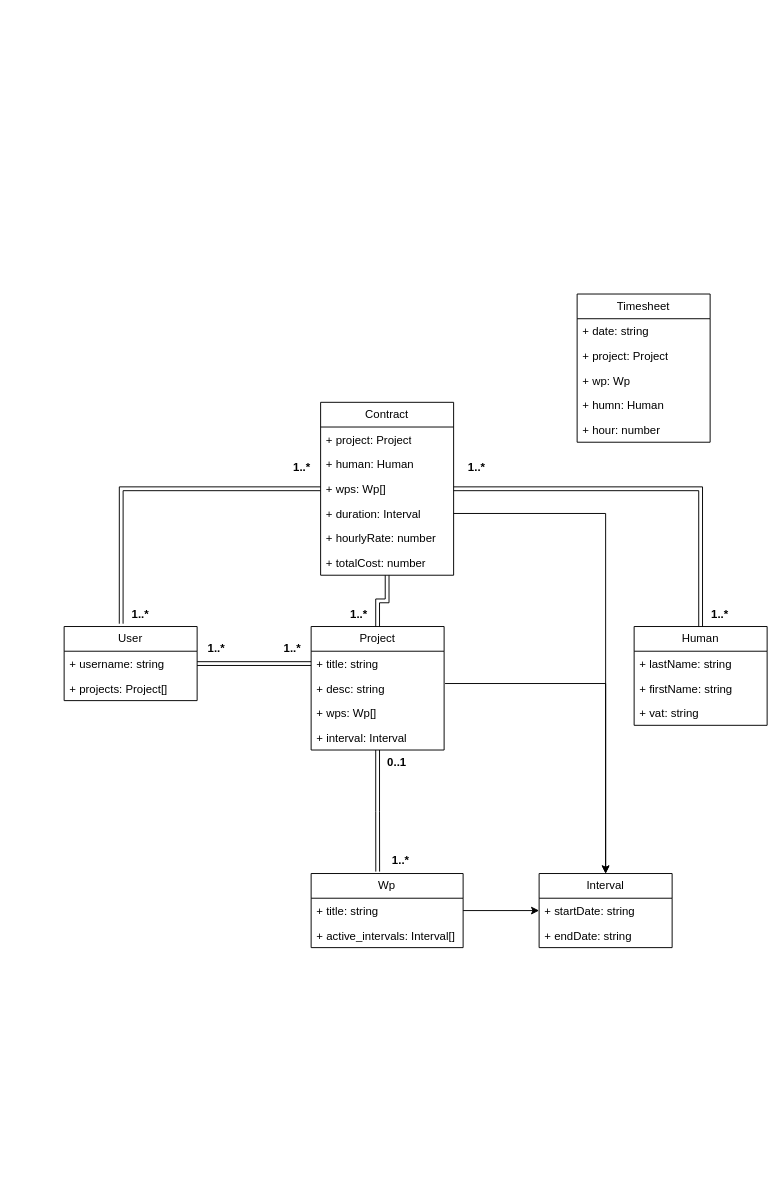
nhaskaris/thesis_it22118 keeps this draw.io diagram as diagrams/class_diagram.drawio. Above is the earlier version. Source tidied: cells renumbered, new cells numbered last; positions are measured from the earlier drawing's top-left corner, leaving out a move shared by most shapes. Both pictures are drawn from the tidied source at 95%, with x=0, y=0 at pixel (64, 294).
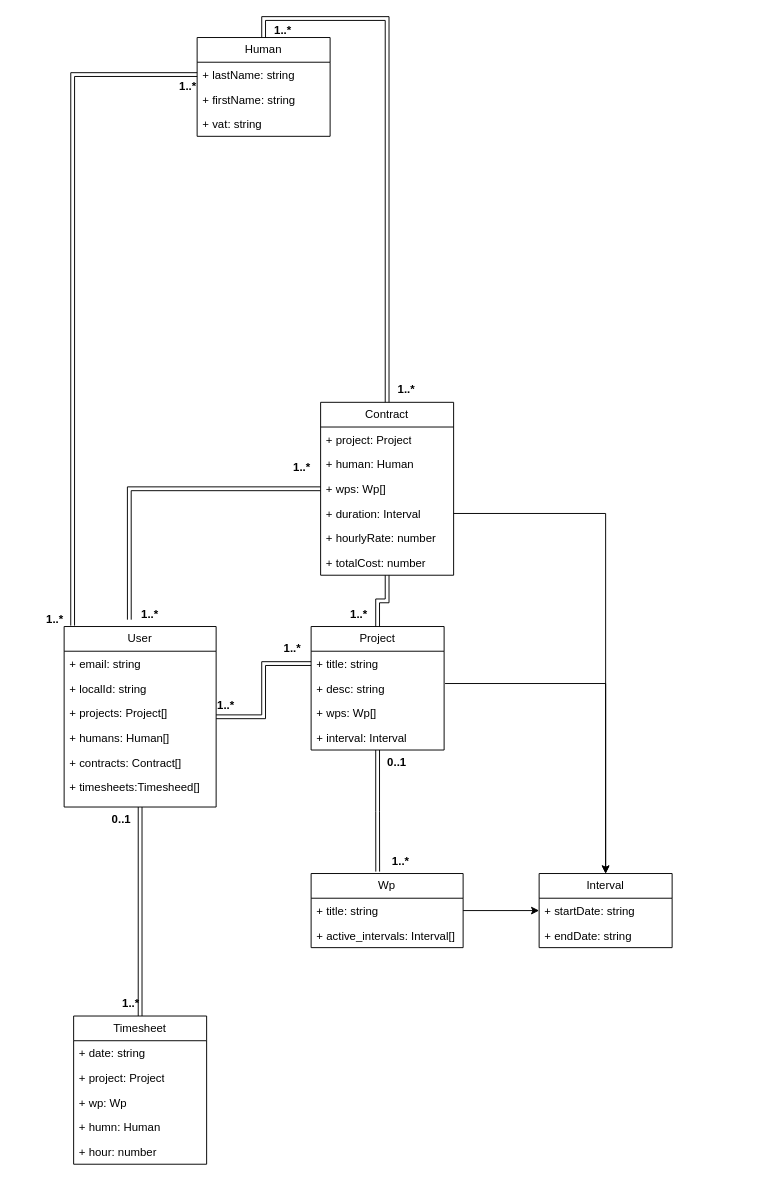
Above is the later version.

The change refers to these unchanged cells:
```xml
<mxCell id="25" value="+ lastName: string" style="text;strokeColor=none;fillColor=none;align=left;verticalAlign=top;spacingLeft=4;spacingRight=4;overflow=hidden;points=[[0,0.5],[1,0.5]];portConstraint=eastwest;whiteSpace=wrap;html=1;" parent="24" vertex="1">
  <mxGeometry y="26" width="140" height="26" as="geometry" />
</mxCell>
```

Diff of the diagram source:
```diff
@@
+    <mxCell id="50" style="edgeStyle=orthogonalEdgeStyle;rounded=0;jettySize=auto;html=1;strokeColor=none;" parent="1" edge="1" source="16">
+      <mxGeometry relative="1" as="geometry">
+        <mxPoint x="80" y="910" as="targetPoint" />
+      </mxGeometry>
+    </mxCell>
+    <mxCell id="51" style="edgeStyle=orthogonalEdgeStyle;rounded=0;jettySize=auto;html=1;entryX=0.5;entryY=0;entryDx=0;entryDy=0;shape=link;" parent="1" edge="1" source="16" target="44">
+      <mxGeometry relative="1" as="geometry" />
+    </mxCell>
+    <mxCell id="52" style="edgeStyle=orthogonalEdgeStyle;rounded=0;jettySize=auto;html=1;entryX=0;entryY=0.5;entryDx=0;entryDy=0;exitX=0.056;exitY=-0.005;exitDx=0;exitDy=0;exitPerimeter=0;shape=link;" parent="1" edge="1" source="16" target="25">
+      <mxGeometry relative="1" as="geometry" />
+    </mxCell>
     <mxCell id="16" value="User" style="swimlane;fontStyle=0;horizontal=1;startSize=26;whiteSpace=wrap;html=1;" parent="1" vertex="1">
-      <mxGeometry y="350" width="140" height="78" as="geometry" />
+      <mxGeometry y="350" width="160" height="190" as="geometry" />
     </mxCell>
-    <mxCell id="17" value="+ username: string" style="text;strokeColor=none;fillColor=none;align=left;verticalAlign=top;spacingLeft=4;spacingRight=4;overflow=hidden;whiteSpace=wrap;html=1;" parent="16" vertex="1">
-      <mxGeometry y="26" width="140" height="26" as="geometry" />
+    <mxCell id="17" value="+ email: string" style="text;strokeColor=none;fillColor=none;align=left;verticalAlign=top;spacingLeft=4;spacingRight=4;overflow=hidden;whiteSpace=wrap;html=1;" parent="16" vertex="1">
+      <mxGeometry y="26" width="160" height="26" as="geometry" />
     </mxCell>
-    <mxCell id="18" value="+ projects: Project[]" style="text;strokeColor=none;fillColor=none;align=left;verticalAlign=top;spacingLeft=4;spacingRight=4;overflow=hidden;whiteSpace=wrap;html=1;" parent="16" vertex="1">
-      <mxGeometry y="52" width="140" height="26" as="geometry" />
+    <mxCell id="18" value="+ localId: string" style="text;strokeColor=none;fillColor=none;align=left;verticalAlign=top;spacingLeft=4;spacingRight=4;overflow=hidden;whiteSpace=wrap;html=1;" parent="16" vertex="1">
+      <mxGeometry y="52" width="160" height="26" as="geometry" />
     </mxCell>
+    <mxCell id="53" value="+ projects: Project[]" style="text;strokeColor=none;fillColor=none;align=left;verticalAlign=top;spacingLeft=4;spacingRight=4;overflow=hidden;whiteSpace=wrap;html=1;" parent="16" vertex="1">
+      <mxGeometry y="78" width="160" height="26" as="geometry" />
+    </mxCell>
+    <mxCell id="54" value="+ humans: Human[]" style="text;strokeColor=none;fillColor=none;align=left;verticalAlign=top;spacingLeft=4;spacingRight=4;overflow=hidden;whiteSpace=wrap;html=1;" parent="16" vertex="1">
+      <mxGeometry y="104" width="160" height="26" as="geometry" />
+    </mxCell>
+    <mxCell id="55" value="+ contracts: Contract[]" style="text;strokeColor=none;fillColor=none;align=left;verticalAlign=top;spacingLeft=4;spacingRight=4;overflow=hidden;whiteSpace=wrap;html=1;" parent="16" vertex="1">
+      <mxGeometry y="130" width="160" height="26" as="geometry" />
+    </mxCell>
+    <mxCell id="56" value="+ timesheets:Timesheed[]" style="text;strokeColor=none;fillColor=none;align=left;verticalAlign=top;spacingLeft=4;spacingRight=4;overflow=hidden;whiteSpace=wrap;html=1;" parent="16" vertex="1">
+      <mxGeometry y="156" width="160" height="34" as="geometry" />
+    </mxCell>
@@
     <mxCell id="22" value="1..*" style="text;align=center;fontStyle=1;verticalAlign=middle;spacingLeft=3;spacingRight=3;strokeColor=none;html=1;" parent="1" vertex="1">
-      <mxGeometry x="120" y="360" width="80" height="26" as="geometry" />
+      <mxGeometry x="130" y="420" width="80" height="26" as="geometry" />
     </mxCell>
@@
     <mxCell id="24" value="Human" style="swimlane;fontStyle=0;horizontal=1;startSize=26;fillColor=none;whiteSpace=wrap;html=1;" parent="1" vertex="1">
-      <mxGeometry x="600" y="350" width="140" height="104" as="geometry" />
+      <mxGeometry x="140" y="-270" width="140" height="104" as="geometry" />
     </mxCell>
@@
     <mxCell id="38" value="1..*" style="text;align=center;fontStyle=1;verticalAlign=middle;spacingLeft=3;spacingRight=3;strokeColor=none;html=1;" parent="1" vertex="1">
-      <mxGeometry x="394" y="170" width="80" height="26" as="geometry" />
+      <mxGeometry x="320" y="88" width="80" height="26" as="geometry" />
     </mxCell>
     <mxCell id="39" value="1..*" style="text;align=center;fontStyle=1;verticalAlign=middle;spacingLeft=3;spacingRight=3;strokeColor=none;html=1;" parent="1" vertex="1">
-      <mxGeometry x="650" y="324" width="80" height="26" as="geometry" />
+      <mxGeometry x="190" y="-290" width="80" height="26" as="geometry" />
     </mxCell>
@@
     <mxCell id="42" value="1..*" style="text;align=center;fontStyle=1;verticalAlign=middle;spacingLeft=3;spacingRight=3;strokeColor=none;html=1;" parent="1" vertex="1">
-      <mxGeometry x="40" y="324" width="80" height="26" as="geometry" />
+      <mxGeometry x="50" y="324" width="80" height="26" as="geometry" />
     </mxCell>
@@
     <mxCell id="44" value="Timesheet" style="swimlane;fontStyle=0;horizontal=1;startSize=26;fillColor=none;whiteSpace=wrap;html=1;" parent="1" vertex="1">
-      <mxGeometry x="540" width="140" height="156" as="geometry" />
+      <mxGeometry x="10" y="760" width="140" height="156" as="geometry" />
     </mxCell>
@@
+    <mxCell id="57" value="0..1" style="text;align=center;fontStyle=1;verticalAlign=middle;spacingLeft=3;spacingRight=3;strokeColor=none;html=1;" parent="1" vertex="1">
+      <mxGeometry x="20" y="540" width="80" height="26" as="geometry" />
+    </mxCell>
+    <mxCell id="58" value="1..*" style="text;align=center;fontStyle=1;verticalAlign=middle;spacingLeft=3;spacingRight=3;strokeColor=none;html=1;" parent="1" vertex="1">
+      <mxGeometry x="30" y="734" width="80" height="26" as="geometry" />
+    </mxCell>
+    <mxCell id="59" value="1..*" style="text;align=center;fontStyle=1;verticalAlign=middle;spacingLeft=3;spacingRight=3;strokeColor=none;html=1;" parent="1" vertex="1">
+      <mxGeometry x="90" y="-231" width="80" height="26" as="geometry" />
+    </mxCell>
+    <mxCell id="60" value="1..*" style="text;align=center;fontStyle=1;verticalAlign=middle;spacingLeft=3;spacingRight=3;strokeColor=none;html=1;" parent="1" vertex="1">
+      <mxGeometry x="-50" y="330" width="80" height="26" as="geometry" />
+    </mxCell>
```
